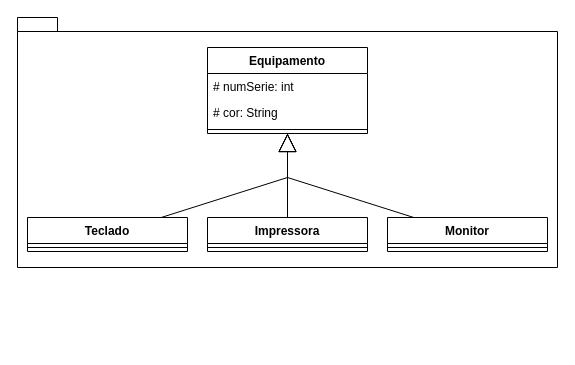
The draw.io diagram dao.drawio in RebecaVieiraM/Diagramas, before the edit. Source tidied: cells renumbered, new cells numbered last; positions are measured from the earlier drawing's top-left corner, leaving out a move shared by most shapes. Both pictures are drawn from the tidied source at 100%, with x=0, y=0 at pixel (17, 17).
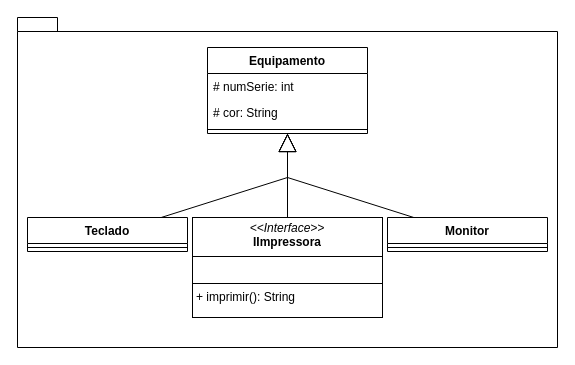
The same diagram, later.

The edit, as a diff of the source:
```diff
@@
 <mxGraphModel>
   <root>
     <mxCell id="0" />
     <mxCell id="1" parent="0" />
     <mxCell id="2" style="shape=folder;fontStyle=1;spacingTop=10;tabWidth=40;tabHeight=14;tabPosition=left;html=1;whiteSpace=wrap;" parent="1" vertex="1">
-      <mxGeometry width="540" height="250" as="geometry" />
+      <mxGeometry width="540" height="330" as="geometry" />
     </mxCell>
     <mxCell id="3" value="Equipamento" style="swimlane;fontStyle=1;align=center;verticalAlign=top;horizontal=1;startSize=26;whiteSpace=wrap;html=1;" parent="1" vertex="1">
       <mxGeometry x="190" y="30" width="160" height="86" as="geometry" />
     </mxCell>
     <mxCell id="4" value="# numSerie: int" style="text;strokeColor=none;fillColor=none;align=left;verticalAlign=top;spacingLeft=4;spacingRight=4;overflow=hidden;whiteSpace=wrap;html=1;" parent="3" vertex="1">
       <mxGeometry y="26" width="160" height="26" as="geometry" />
     </mxCell>
     <mxCell id="5" value="# cor: String" style="text;strokeColor=none;fillColor=none;align=left;verticalAlign=top;spacingLeft=4;spacingRight=4;overflow=hidden;whiteSpace=wrap;html=1;" parent="3" vertex="1">
       <mxGeometry y="52" width="160" height="26" as="geometry" />
     </mxCell>
     <mxCell id="6" style="line;strokeWidth=1;fillColor=none;align=left;verticalAlign=middle;spacingTop=-1;spacingLeft=3;spacingRight=3;labelPosition=right;strokeColor=inherit;" parent="3" vertex="1">
       <mxGeometry y="78" width="160" height="8" as="geometry" />
     </mxCell>
     <mxCell id="7" value="Teclado" style="swimlane;fontStyle=1;align=center;verticalAlign=top;horizontal=1;startSize=26;whiteSpace=wrap;html=1;" parent="1" vertex="1">
       <mxGeometry x="10" y="200" width="160" height="34" as="geometry" />
     </mxCell>
     <mxCell id="8" style="line;strokeWidth=1;fillColor=none;align=left;verticalAlign=middle;spacingTop=-1;spacingLeft=3;spacingRight=3;labelPosition=right;strokeColor=inherit;" parent="7" vertex="1">
       <mxGeometry y="26" width="160" height="8" as="geometry" />
     </mxCell>
-    <mxCell id="9" value="Impressora" style="swimlane;fontStyle=1;align=center;verticalAlign=top;horizontal=1;startSize=26;whiteSpace=wrap;html=1;" parent="1" vertex="1">
-      <mxGeometry x="190" y="200" width="160" height="34" as="geometry" />
-    </mxCell>
-    <mxCell id="10" style="line;strokeWidth=1;fillColor=none;align=left;verticalAlign=middle;spacingTop=-1;spacingLeft=3;spacingRight=3;labelPosition=right;strokeColor=inherit;" parent="9" vertex="1">
-      <mxGeometry y="26" width="160" height="8" as="geometry" />
-    </mxCell>
     <mxCell id="11" value="Monitor" style="swimlane;fontStyle=1;align=center;verticalAlign=top;horizontal=1;startSize=26;whiteSpace=wrap;html=1;" parent="1" vertex="1">
       <mxGeometry x="370" y="200" width="160" height="34" as="geometry" />
     </mxCell>
     <mxCell id="12" style="line;strokeWidth=1;fillColor=none;align=left;verticalAlign=middle;spacingTop=-1;spacingLeft=3;spacingRight=3;labelPosition=right;strokeColor=inherit;" parent="11" vertex="1">
       <mxGeometry y="26" width="160" height="8" as="geometry" />
     </mxCell>
     <mxCell id="13" style="endArrow=block;endSize=16;endFill=0;html=1;rounded=0;" parent="1" edge="1" source="7" target="3">
       <mxGeometry relative="1" as="geometry">
         <Array as="points">
           <mxPoint x="270" y="160" />
         </Array>
       </mxGeometry>
     </mxCell>
-    <mxCell id="14" style="endArrow=block;endSize=16;endFill=0;html=1;rounded=0;" parent="1" edge="1" source="9" target="3">
+    <mxCell id="14" style="endArrow=block;endSize=16;endFill=0;html=1;rounded=0;" parent="1" edge="1" source="16" target="3">
       <mxGeometry relative="1" as="geometry" />
     </mxCell>
     <mxCell id="15" style="endArrow=block;endSize=16;endFill=0;html=1;rounded=0;" parent="1" edge="1" source="11" target="3">
       <mxGeometry relative="1" as="geometry">
         <Array as="points">
           <mxPoint x="270" y="160" />
         </Array>
       </mxGeometry>
     </mxCell>
+    <mxCell id="16" value="&lt;p style=&quot;margin:0px;margin-top:4px;text-align:center;&quot;&gt;&lt;i&gt;&amp;lt;&amp;lt;Interface&amp;gt;&amp;gt;&lt;/i&gt;&lt;br&gt;&lt;b&gt;IImpressora&lt;/b&gt;&lt;/p&gt;&lt;hr size=&quot;1&quot; style=&quot;border-style:solid;&quot;&gt;&lt;p style=&quot;margin:0px;margin-left:4px;&quot;&gt;&lt;br&gt;&lt;/p&gt;&lt;hr size=&quot;1&quot; style=&quot;border-style:solid;&quot;&gt;&lt;p style=&quot;margin:0px;margin-left:4px;&quot;&gt;+ imprimir(): String&lt;br&gt;&lt;br&gt;&lt;/p&gt;" style="verticalAlign=top;align=left;overflow=fill;html=1;whiteSpace=wrap;" parent="1" vertex="1">
+      <mxGeometry x="175" y="200" width="190" height="100" as="geometry" />
+    </mxCell>
   </root>
 </mxGraphModel>
```
